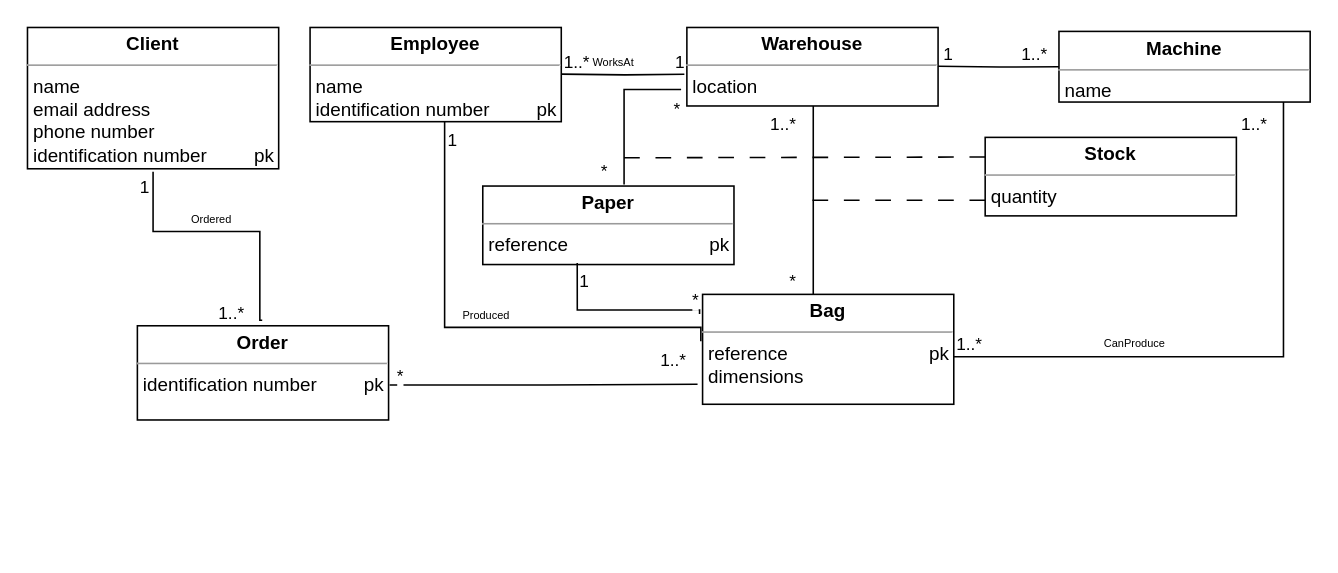
This is factory.drawio from asilva1604/BD-PROJ-23-24, a draw.io file, before an edit. Source tidied: cells renumbered, new cells numbered last; positions are measured from the earlier drawing's top-left corner, leaving out a move shared by most shapes. Both pictures are drawn from the tidied source at 157%, with x=0, y=0 at pixel (27, 27).
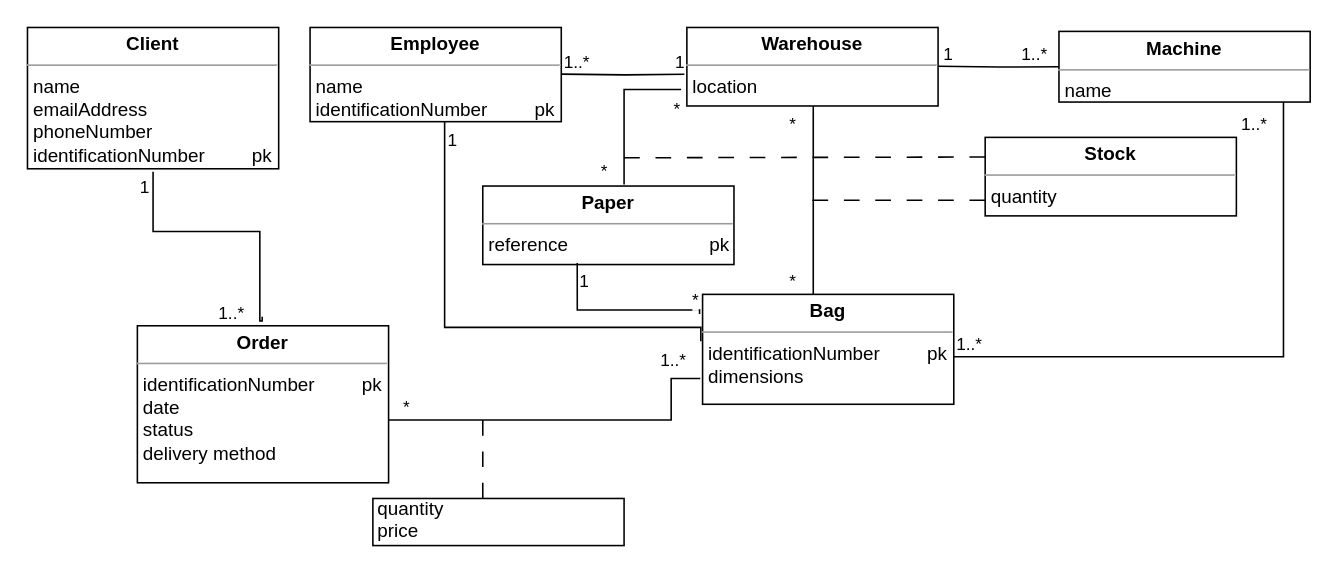
After the change.

Unchanged cells that the change refers to:
```xml
<mxCell id="5" style="endArrow=none;html=1;edgeStyle=orthogonalEdgeStyle;rounded=0;exitX=0.451;exitY=1.021;exitDx=0;exitDy=0;exitPerimeter=0;entryX=0.497;entryY=-0.058;entryDx=0;entryDy=0;entryPerimeter=0;" parent="1" edge="1" target="4">
  <mxGeometry relative="1" as="geometry">
    <mxPoint x="80" y="91.9" as="sourcePoint" />
    <Array as="points">
      <mxPoint x="80" y="130" />
      <mxPoint x="148" y="130" />
      <mxPoint x="148" y="187" />
    </Array>
  </mxGeometry>
</mxCell>
<mxCell id="8" style="endArrow=none;html=1;edgeStyle=orthogonalEdgeStyle;rounded=0;exitX=0.419;exitY=1.045;exitDx=0;exitDy=0;exitPerimeter=0;entryX=-0.007;entryY=0.427;entryDx=0;entryDy=0;entryPerimeter=0;" parent="1" edge="1" target="18">
  <mxGeometry relative="1" as="geometry">
    <mxPoint x="265.7" y="60" as="sourcePoint" />
    <Array as="points">
      <mxPoint x="266" y="191" />
    </Array>
  </mxGeometry>
</mxCell>
<mxCell id="14" style="endArrow=none;html=1;edgeStyle=orthogonalEdgeStyle;rounded=0;entryX=-0.01;entryY=0.597;entryDx=0;entryDy=0;entryPerimeter=0;" parent="1" edge="1" target="13">
  <mxGeometry relative="1" as="geometry">
    <mxPoint x="340" y="29.7" as="sourcePoint" />
  </mxGeometry>
</mxCell>
<mxCell id="39" style="endArrow=none;html=1;edgeStyle=orthogonalEdgeStyle;rounded=0;" parent="1" edge="1" target="19">
  <mxGeometry relative="1" as="geometry">
    <mxPoint x="590" y="209.7" as="sourcePoint" />
    <Array as="points">
      <mxPoint x="800" y="210" />
    </Array>
  </mxGeometry>
</mxCell>
```

What changed in the source:
```diff
@@
-    <mxCell id="2" value="&lt;p style=&quot;margin:0px;margin-top:4px;text-align:center;&quot;&gt;&lt;b&gt;Client&lt;/b&gt;&lt;/p&gt;&lt;hr size=&quot;1&quot;&gt;&lt;p style=&quot;margin:0px;margin-left:4px;&quot;&gt;name&lt;/p&gt;&lt;p style=&quot;margin:0px;margin-left:4px;&quot;&gt;email address&lt;/p&gt;&lt;p style=&quot;margin:0px;margin-left:4px;&quot;&gt;phone number&lt;/p&gt;&lt;p style=&quot;margin:0px;margin-left:4px;&quot;&gt;identification number&amp;nbsp;&amp;nbsp;&amp;nbsp;&amp;nbsp;&amp;nbsp;&amp;nbsp;&amp;nbsp;&amp;nbsp; pk&lt;br&gt;&lt;/p&gt;&lt;p style=&quot;margin:0px;margin-left:4px;&quot;&gt;&lt;br&gt;&lt;/p&gt;" style="verticalAlign=top;align=left;overflow=fill;fontSize=12;fontFamily=Helvetica;html=1;whiteSpace=wrap;" parent="1" vertex="1">
+    <mxCell id="2" value="&lt;p style=&quot;margin:0px;margin-top:4px;text-align:center;&quot;&gt;&lt;b&gt;Client&lt;/b&gt;&lt;/p&gt;&lt;hr size=&quot;1&quot;&gt;&lt;p style=&quot;margin:0px;margin-left:4px;&quot;&gt;name&lt;/p&gt;&lt;p style=&quot;margin:0px;margin-left:4px;&quot;&gt;emailAddress&lt;/p&gt;&lt;p style=&quot;margin:0px;margin-left:4px;&quot;&gt;phoneNumber&lt;/p&gt;&lt;p style=&quot;margin:0px;margin-left:4px;&quot;&gt;identificationNumber&amp;nbsp;&amp;nbsp;&amp;nbsp;&amp;nbsp;&amp;nbsp;&amp;nbsp;&amp;nbsp;&amp;nbsp; pk&lt;br&gt;&lt;/p&gt;&lt;p style=&quot;margin:0px;margin-left:4px;&quot;&gt;&lt;br&gt;&lt;/p&gt;" style="verticalAlign=top;align=left;overflow=fill;fontSize=12;fontFamily=Helvetica;html=1;whiteSpace=wrap;" parent="1" vertex="1">
       <mxGeometry width="160" height="90" as="geometry" />
     </mxCell>
-    <mxCell id="3" value="&lt;p style=&quot;margin:0px;margin-top:4px;text-align:center;&quot;&gt;&lt;b&gt;Employee&lt;/b&gt;&lt;/p&gt;&lt;hr size=&quot;1&quot;&gt;&lt;p style=&quot;margin:0px;margin-left:4px;&quot;&gt;name&lt;/p&gt;&lt;p style=&quot;margin:0px;margin-left:4px;&quot;&gt;identification number&amp;nbsp;&amp;nbsp;&amp;nbsp;&amp;nbsp;&amp;nbsp;&amp;nbsp;&amp;nbsp;&amp;nbsp; pk&lt;br&gt;&lt;/p&gt;&lt;p style=&quot;margin:0px;margin-left:4px;&quot;&gt;&lt;br&gt;&lt;/p&gt;" style="verticalAlign=top;align=left;overflow=fill;fontSize=12;fontFamily=Helvetica;html=1;whiteSpace=wrap;" parent="1" vertex="1">
+    <mxCell id="3" value="&lt;p style=&quot;margin:0px;margin-top:4px;text-align:center;&quot;&gt;&lt;b&gt;Employee&lt;/b&gt;&lt;/p&gt;&lt;hr size=&quot;1&quot;&gt;&lt;p style=&quot;margin:0px;margin-left:4px;&quot;&gt;name&lt;/p&gt;&lt;p style=&quot;margin:0px;margin-left:4px;&quot;&gt;identificationNumber&amp;nbsp;&amp;nbsp;&amp;nbsp;&amp;nbsp;&amp;nbsp;&amp;nbsp;&amp;nbsp;&amp;nbsp; pk&lt;br&gt;&lt;/p&gt;&lt;p style=&quot;margin:0px;margin-left:4px;&quot;&gt;&lt;br&gt;&lt;/p&gt;" style="verticalAlign=top;align=left;overflow=fill;fontSize=12;fontFamily=Helvetica;html=1;whiteSpace=wrap;" parent="1" vertex="1">
       <mxGeometry x="180" width="160" height="60" as="geometry" />
     </mxCell>
-    <mxCell id="4" value="&lt;p style=&quot;margin:0px;margin-top:4px;text-align:center;&quot;&gt;&lt;b&gt;Order&lt;/b&gt;&lt;br&gt;&lt;/p&gt;&lt;hr size=&quot;1&quot;&gt;&lt;p style=&quot;margin:0px;margin-left:4px;&quot;&gt;identification number&amp;nbsp;&amp;nbsp;&amp;nbsp;&amp;nbsp;&amp;nbsp;&amp;nbsp;&amp;nbsp;&amp;nbsp; pk&lt;br&gt;&lt;/p&gt;&lt;p style=&quot;margin:0px;margin-left:4px;&quot;&gt;&lt;br&gt;&lt;/p&gt;" style="verticalAlign=top;align=left;overflow=fill;fontSize=12;fontFamily=Helvetica;html=1;whiteSpace=wrap;" parent="1" vertex="1">
-      <mxGeometry x="70" y="190" width="160" height="60" as="geometry" />
+    <mxCell id="4" value="&lt;p style=&quot;margin:0px;margin-top:4px;text-align:center;&quot;&gt;&lt;b&gt;Order&lt;/b&gt;&lt;br&gt;&lt;/p&gt;&lt;hr size=&quot;1&quot;&gt;&lt;p style=&quot;margin:0px;margin-left:4px;&quot;&gt;identificationNumber&amp;nbsp;&amp;nbsp;&amp;nbsp;&amp;nbsp;&amp;nbsp;&amp;nbsp;&amp;nbsp;&amp;nbsp; pk&lt;br&gt;&lt;/p&gt;&lt;p style=&quot;margin:0px;margin-left:4px;&quot;&gt;date&lt;/p&gt;&lt;p style=&quot;margin:0px;margin-left:4px;&quot;&gt;status&lt;/p&gt;&lt;p style=&quot;margin:0px;margin-left:4px;&quot;&gt;delivery method&lt;/p&gt;" style="verticalAlign=top;align=left;overflow=fill;fontSize=12;fontFamily=Helvetica;html=1;whiteSpace=wrap;" parent="1" vertex="1">
+      <mxGeometry x="70" y="190" width="160" height="100" as="geometry" />
     </mxCell>
@@
-    <mxCell id="7" value="&lt;font style=&quot;font-size: 7px;&quot;&gt;Ordered&lt;/font&gt;" style="edgeLabel;html=1;align=center;verticalAlign=middle;" parent="5" vertex="1">
-      <mxGeometry x="-0.18" y="1" relative="1" as="geometry">
-        <mxPoint x="8" y="-9" as="offset" />
-      </mxGeometry>
-    </mxCell>
@@
-    <mxCell id="11" value="&lt;font style=&quot;font-size: 7px;&quot;&gt;Produced&lt;/font&gt;" style="edgeLabel;html=1;align=center;verticalAlign=middle;" parent="8" vertex="1">
-      <mxGeometry x="-0.12" relative="1" as="geometry">
-        <mxPoint x="24" y="-10" as="offset" />
-      </mxGeometry>
-    </mxCell>
@@
-    <mxCell id="17" value="&lt;font style=&quot;font-size: 7px;&quot;&gt;WorksAt&lt;/font&gt;" style="edgeLabel;html=1;align=center;verticalAlign=middle;" parent="14" vertex="1">
-      <mxGeometry x="-0.16" relative="1" as="geometry">
-        <mxPoint y="-10" as="offset" />
-      </mxGeometry>
-    </mxCell>
-    <mxCell id="18" value="&lt;p style=&quot;margin:0px;margin-top:4px;text-align:center;&quot;&gt;&lt;b&gt;Bag&lt;/b&gt;&lt;/p&gt;&lt;hr size=&quot;1&quot;&gt;&lt;p style=&quot;margin:0px;margin-left:4px;&quot;&gt;reference&amp;nbsp;&amp;nbsp;&amp;nbsp;&amp;nbsp;&amp;nbsp;&amp;nbsp;&amp;nbsp;&amp;nbsp;&amp;nbsp;&amp;nbsp;&amp;nbsp;&amp;nbsp;&amp;nbsp;&amp;nbsp;&amp;nbsp;&amp;nbsp;&amp;nbsp;&amp;nbsp;&amp;nbsp;&amp;nbsp;&amp;nbsp;&amp;nbsp;&amp;nbsp;&amp;nbsp;&amp;nbsp;&amp;nbsp; pk&lt;/p&gt;&lt;p style=&quot;margin:0px;margin-left:4px;&quot;&gt;dimensions&lt;/p&gt;&lt;p style=&quot;margin:0px;margin-left:4px;&quot;&gt;&lt;br&gt;&lt;/p&gt;&lt;p style=&quot;margin:0px;margin-left:4px;&quot;&gt;&lt;br&gt;&lt;/p&gt;&lt;p style=&quot;margin:0px;margin-left:4px;&quot;&gt;&lt;br&gt;&lt;/p&gt;" style="verticalAlign=top;align=left;overflow=fill;fontSize=12;fontFamily=Helvetica;html=1;whiteSpace=wrap;" parent="1" vertex="1">
+    <mxCell id="18" value="&lt;p style=&quot;margin:0px;margin-top:4px;text-align:center;&quot;&gt;&lt;b&gt;Bag&lt;/b&gt;&lt;/p&gt;&lt;hr size=&quot;1&quot;&gt;&lt;p style=&quot;margin:0px;margin-left:4px;&quot;&gt;identificationNumber&amp;nbsp; &amp;nbsp; &amp;nbsp; &amp;nbsp; &amp;nbsp;pk&lt;/p&gt;&lt;p style=&quot;margin:0px;margin-left:4px;&quot;&gt;dimensions&lt;/p&gt;&lt;p style=&quot;margin:0px;margin-left:4px;&quot;&gt;&lt;br&gt;&lt;/p&gt;&lt;p style=&quot;margin:0px;margin-left:4px;&quot;&gt;&lt;br&gt;&lt;/p&gt;&lt;p style=&quot;margin:0px;margin-left:4px;&quot;&gt;&lt;br&gt;&lt;/p&gt;" style="verticalAlign=top;align=left;overflow=fill;fontSize=12;fontFamily=Helvetica;html=1;whiteSpace=wrap;" parent="1" vertex="1">
       <mxGeometry x="430" y="170" width="160" height="70" as="geometry" />
     </mxCell>
@@
-    <mxCell id="26" value="1..*" style="edgeLabel;html=1;align=right;verticalAlign=bottom;" parent="1" vertex="1">
+    <mxCell id="26" value="*" style="edgeLabel;html=1;align=right;verticalAlign=bottom;" parent="1" vertex="1">
       <mxGeometry x="490" y="70" as="geometry" />
     </mxCell>
@@
-    <mxCell id="28" style="endArrow=none;html=1;edgeStyle=orthogonalEdgeStyle;rounded=0;entryX=-0.02;entryY=0.818;entryDx=0;entryDy=0;entryPerimeter=0;exitX=1.004;exitY=0.629;exitDx=0;exitDy=0;exitPerimeter=0;" parent="1" edge="1" source="4" target="18">
-      <mxGeometry relative="1" as="geometry" />
+    <mxCell id="28" style="endArrow=none;html=1;edgeStyle=orthogonalEdgeStyle;rounded=0;entryX=-0.009;entryY=0.765;entryDx=0;entryDy=0;entryPerimeter=0;exitX=1.014;exitY=0.62;exitDx=0;exitDy=0;exitPerimeter=0;" parent="1" edge="1" target="18">
+      <mxGeometry relative="1" as="geometry">
+        <mxPoint x="230" y="250" as="sourcePoint" />
+        <Array as="points">
+          <mxPoint x="410" y="250" />
+          <mxPoint x="410" y="224" />
+        </Array>
+      </mxGeometry>
     </mxCell>
     <mxCell id="29" value="*" style="edgeLabel;html=1;align=right;verticalAlign=bottom;" parent="1" vertex="1">
-      <mxGeometry x="240" y="230" as="geometry" />
+      <mxGeometry x="244" y="250" as="geometry" />
     </mxCell>
@@
-    <mxCell id="42" value="&lt;font style=&quot;font-size: 7px;&quot;&gt;CanProduce&lt;/font&gt;" style="edgeLabel;html=1;align=center;verticalAlign=middle;" parent="39" vertex="1">
-      <mxGeometry x="-0.39" y="3" relative="1" as="geometry">
-        <mxPoint y="-7" as="offset" />
-      </mxGeometry>
-    </mxCell>
+    <mxCell id="43" style="endArrow=none;startArrow=none;endFill=0;startFill=0;endSize=8;html=1;verticalAlign=bottom;dashed=1;labelBackgroundColor=none;dashPattern=10 10;rounded=0;" parent="1" edge="1">
+      <mxGeometry relative="1" as="geometry">
+        <mxPoint x="290" y="250" as="sourcePoint" />
+        <mxPoint x="290" y="310" as="targetPoint" />
+      </mxGeometry>
+    </mxCell>
+    <mxCell id="44" value="&amp;nbsp;quantity&lt;br&gt;&amp;nbsp;price" style="verticalAlign=top;align=left;overflow=fill;fontSize=12;fontFamily=Helvetica;html=1;whiteSpace=wrap;" parent="1" vertex="1">
+      <mxGeometry x="220" y="300" width="160" height="30" as="geometry" />
+    </mxCell>
```
